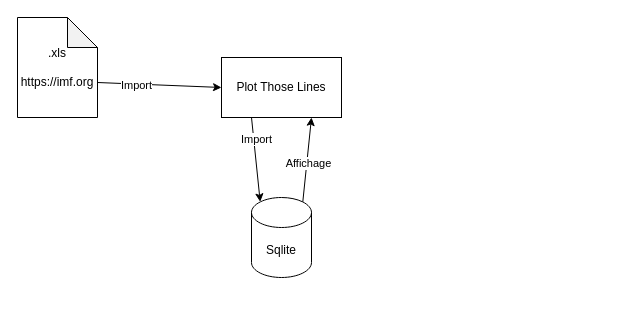
Before: doc/schema.drawio in ASETML/PlotThoseLines, a draw.io diagram. Source tidied: cells renumbered, new cells numbered last; positions are measured from the earlier drawing's top-left corner, leaving out a move shared by most shapes. Both pictures are drawn from the tidied source at 100%, with x=0, y=0 at pixel (17, 17).
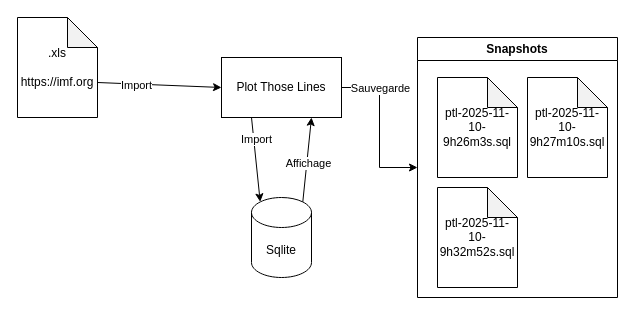
The same diagram, later.

Diff of the diagram source:
```diff
@@
 <mxGraphModel>
   <root>
     <mxCell id="0" />
     <mxCell id="1" parent="0" />
     <mxCell id="2" value="Sqlite" style="shape=cylinder3;whiteSpace=wrap;html=1;boundedLbl=1;backgroundOutline=1;size=15;" parent="1" vertex="1">
       <mxGeometry x="234" y="180" width="60" height="80" as="geometry" />
     </mxCell>
+    <mxCell id="11" style="edgeStyle=orthogonalEdgeStyle;rounded=0;jettySize=auto;html=1;entryX=0;entryY=0.5;entryDx=0;entryDy=0;" parent="1" edge="1" source="3" target="13">
+      <mxGeometry relative="1" as="geometry" />
+    </mxCell>
+    <mxCell id="12" value="Sauvegarde" style="edgeLabel;html=1;align=center;verticalAlign=middle;" parent="11" vertex="1">
+      <mxGeometry x="-0.51" relative="1" as="geometry" />
+    </mxCell>
     <mxCell id="3" value="Plot Those Lines" style="rounded=0;whiteSpace=wrap;html=1;" parent="1" vertex="1">
       <mxGeometry x="204" y="40" width="120" height="60" as="geometry" />
     </mxCell>
     <mxCell id="4" value="&lt;div&gt;.xls&lt;/div&gt;&lt;div&gt;&lt;br&gt;&lt;/div&gt;&lt;div&gt;https://imf.org&lt;/div&gt;" style="shape=note;whiteSpace=wrap;html=1;backgroundOutline=1;darkOpacity=0.05;align=center;" parent="1" vertex="1">
       <mxGeometry width="80" height="100" as="geometry" />
     </mxCell>
     <mxCell id="5" style="endArrow=classic;html=1;rounded=0;entryX=0.75;entryY=1;entryDx=0;entryDy=0;exitX=0.855;exitY=0;exitDx=0;exitDy=4.35;exitPerimeter=0;" parent="1" edge="1" source="2" target="3">
       <mxGeometry relative="1" as="geometry" />
     </mxCell>
     <mxCell id="6" value="Affichage" style="edgeLabel;html=1;align=center;verticalAlign=middle;" parent="5" vertex="1">
       <mxGeometry x="-0.09" y="-1" relative="1" as="geometry" />
     </mxCell>
     <mxCell id="7" style="endArrow=classic;html=1;rounded=0;entryX=0;entryY=0.5;entryDx=0;entryDy=0;exitX=0;exitY=0;exitDx=80;exitDy=65;exitPerimeter=0;" parent="1" edge="1" source="4" target="3">
       <mxGeometry relative="1" as="geometry" />
     </mxCell>
     <mxCell id="8" value="Import" style="edgeLabel;html=1;align=center;verticalAlign=middle;" parent="7" vertex="1">
       <mxGeometry x="-0.37" y="-1" relative="1" as="geometry" />
     </mxCell>
     <mxCell id="9" style="endArrow=classic;html=1;rounded=0;entryX=0.145;entryY=0;entryDx=0;entryDy=4.35;entryPerimeter=0;exitX=0.25;exitY=1;exitDx=0;exitDy=0;" parent="1" edge="1" source="3" target="2">
       <mxGeometry relative="1" as="geometry" />
     </mxCell>
     <mxCell id="10" value="Import" style="edgeLabel;html=1;align=center;verticalAlign=middle;" parent="9" vertex="1">
       <mxGeometry x="-0.47" y="2" relative="1" as="geometry" />
     </mxCell>
+    <mxCell id="13" value="Snapshots" style="swimlane;whiteSpace=wrap;html=1;" parent="1" vertex="1">
+      <mxGeometry x="400" y="20" width="200" height="260" as="geometry" />
+    </mxCell>
+    <mxCell id="14" value="ptl-2025-11-10-9h26m3s.sql" style="shape=note;whiteSpace=wrap;html=1;backgroundOutline=1;darkOpacity=0.05;" parent="13" vertex="1">
+      <mxGeometry x="20" y="40" width="80" height="100" as="geometry" />
+    </mxCell>
+    <mxCell id="15" value="ptl-2025-11-10-9h27m10s.sql" style="shape=note;whiteSpace=wrap;html=1;backgroundOutline=1;darkOpacity=0.05;" parent="13" vertex="1">
+      <mxGeometry x="110" y="40" width="80" height="100" as="geometry" />
+    </mxCell>
+    <mxCell id="16" value="ptl-2025-11-10-9h32m52s.sql" style="shape=note;whiteSpace=wrap;html=1;backgroundOutline=1;darkOpacity=0.05;" parent="13" vertex="1">
+      <mxGeometry x="20" y="150" width="80" height="100" as="geometry" />
+    </mxCell>
   </root>
 </mxGraphModel>
```
